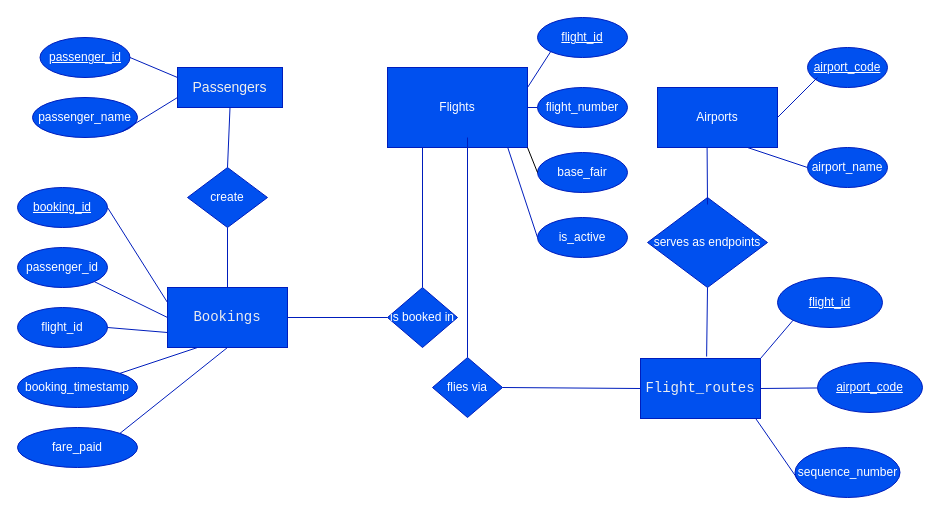
Before: schema/ERD.drawio in yczhang0079/ex603-airlines-booking-database, a draw.io diagram. Source tidied: cells renumbered, new cells numbered last; positions are measured from the earlier drawing's top-left corner, leaving out a move shared by most shapes. Both pictures are drawn from the tidied source at 100%, with x=0, y=0 at pixel (17, 17).
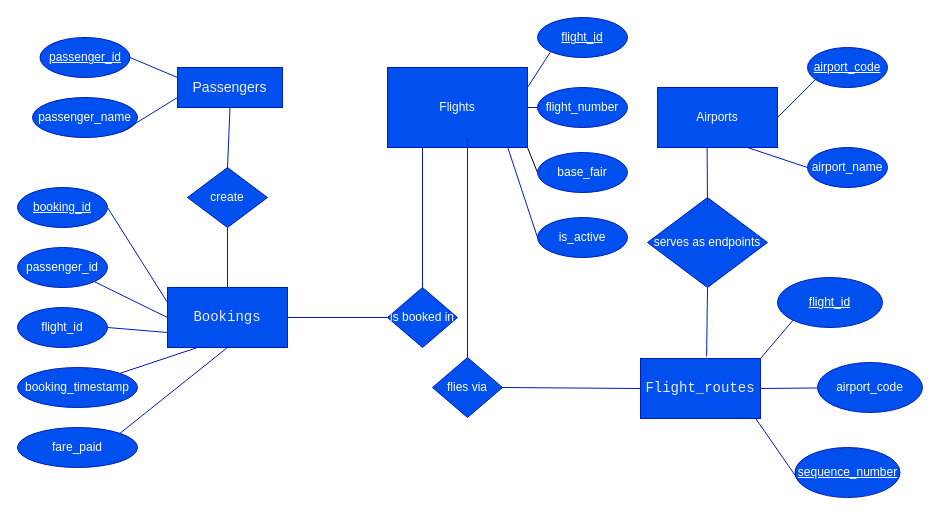
After the change.

What changed in the source:
```diff
@@
-    <mxCell id="20" value="&lt;u&gt;airport_code&lt;/u&gt;" style="ellipse;whiteSpace=wrap;html=1;shapeInside=1;strokeColor=#001DBC;fontColor=#ffffff;fillColor=#0050ef;" parent="1" vertex="1">
+    <mxCell id="20" value="airport_code" style="ellipse;whiteSpace=wrap;html=1;shapeInside=1;strokeColor=#001DBC;fontColor=#ffffff;fillColor=#0050ef;" parent="1" vertex="1">
       <mxGeometry x="800" y="345" width="105" height="50" as="geometry" />
     </mxCell>
-    <mxCell id="21" value="sequence_number" style="ellipse;whiteSpace=wrap;html=1;shapeInside=1;strokeColor=#001DBC;fontColor=#ffffff;fillColor=#0050ef;" parent="1" vertex="1">
+    <mxCell id="21" value="&lt;u&gt;sequence_number&lt;/u&gt;" style="ellipse;whiteSpace=wrap;html=1;shapeInside=1;strokeColor=#001DBC;fontColor=#ffffff;fillColor=#0050ef;" parent="1" vertex="1">
       <mxGeometry x="777.5" y="430" width="105" height="50" as="geometry" />
     </mxCell>
```
